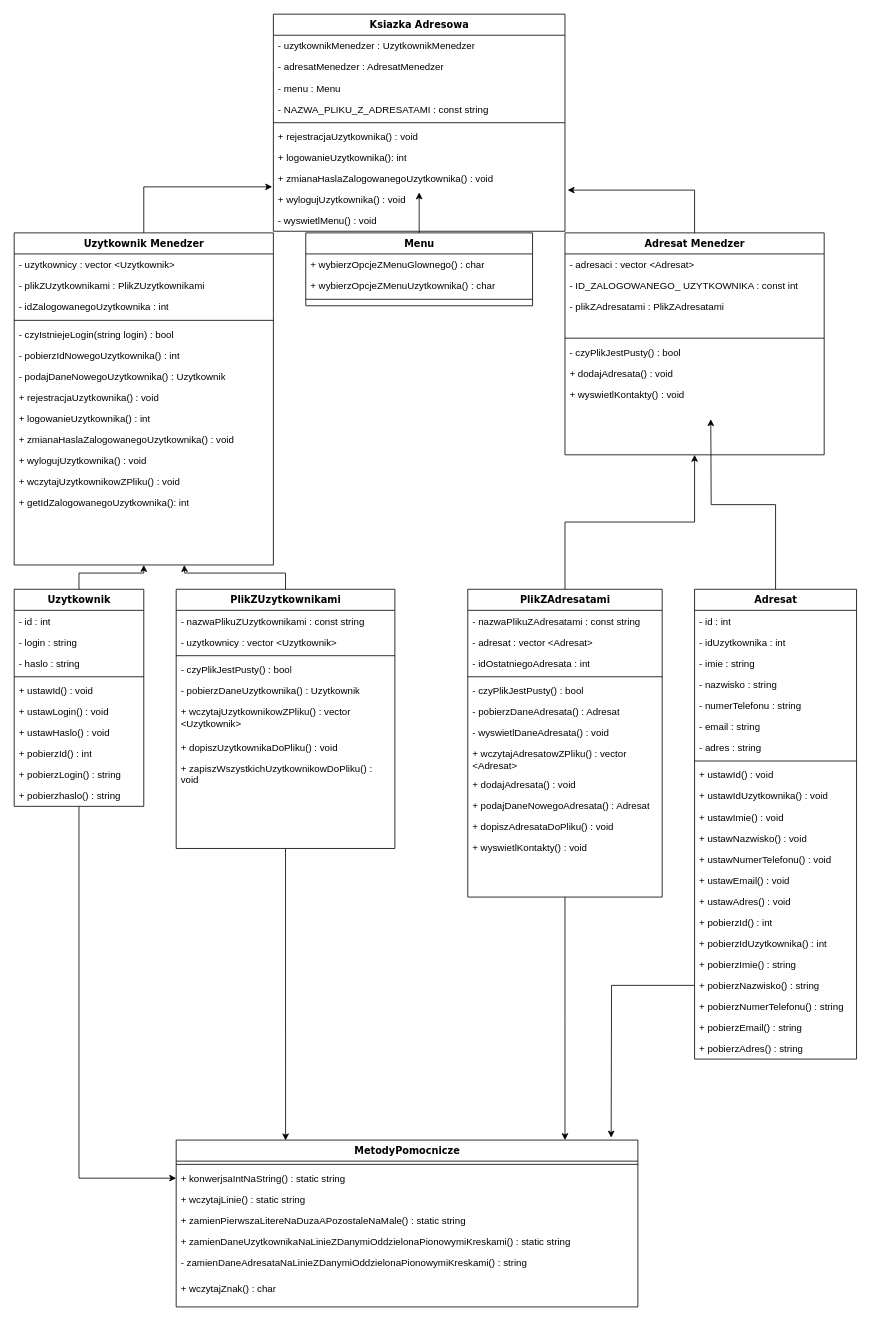
Before: plan_UML.drawio in anetaradecka/02-ksiazka-adresowa-obiektowo, a draw.io diagram. Source tidied: cells renumbered, new cells numbered last; positions are measured from the earlier drawing's top-left corner, leaving out a move shared by most shapes. Both pictures are drawn from the tidied source at 81%, with x=0, y=0 at pixel (14, 14).
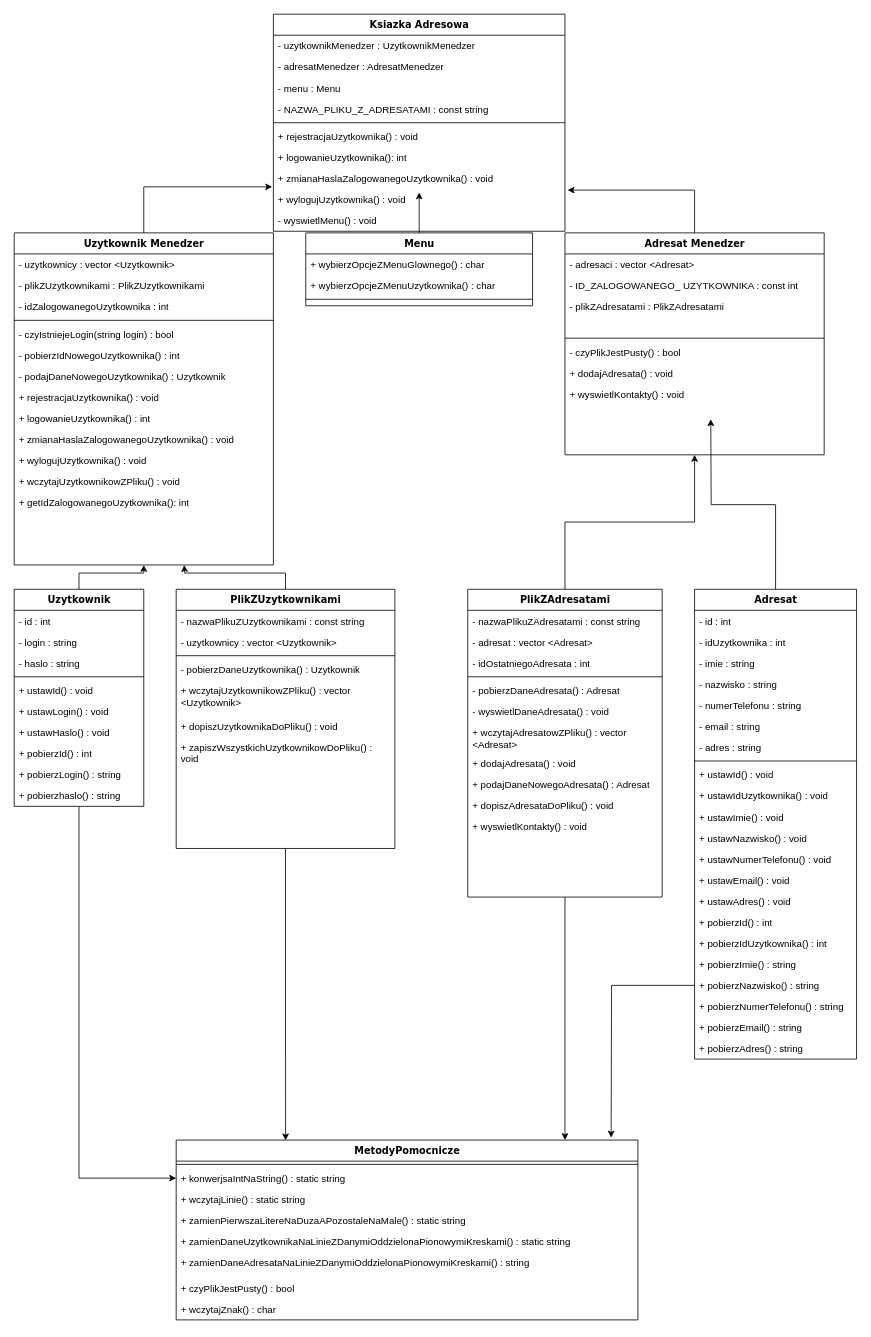
Above is the later version.

Commit message (it also covers changes not shown here):
nowy UML

Unchanged cells that the change refers to:
```xml
<mxCell id="82" value="PlikZAdresatami" style="swimlane;html=1;fontStyle=1;align=center;verticalAlign=top;horizontal=1;startSize=26;swimlaneFillColor=#ffffff;rounded=0;shadow=0;comic=0;labelBackgroundColor=none;strokeWidth=1;fillColor=none;fontFamily=Verdana;fontSize=12;" parent="1" vertex="1">
  <mxGeometry x="560" y="710" width="240" height="380" as="geometry" />
</mxCell>
<mxCell id="97" value="PlikZUzytkownikami" style="swimlane;html=1;fontStyle=1;align=center;verticalAlign=top;horizontal=1;startSize=26;swimlaneFillColor=#ffffff;rounded=0;shadow=0;comic=0;labelBackgroundColor=none;strokeWidth=1;fillColor=none;fontFamily=Verdana;fontSize=12;" parent="1" vertex="1">
  <mxGeometry x="200" y="710" width="270" height="320" as="geometry" />
</mxCell>
```

Change to the diagram source:
```diff
@@
-    <mxCell id="87" value="-&amp;nbsp;czyPlikJestPusty() : bool" style="text;html=1;strokeColor=none;fillColor=none;align=left;verticalAlign=top;spacingLeft=4;spacingRight=4;whiteSpace=wrap;overflow=hidden;" parent="82" vertex="1">
-      <mxGeometry y="112" width="240" height="26" as="geometry" />
-    </mxCell>
     <mxCell id="88" value="-&amp;nbsp;pobierzDaneAdresata() : Adresat" style="text;html=1;strokeColor=none;fillColor=none;align=left;verticalAlign=top;spacingLeft=4;spacingRight=4;whiteSpace=wrap;overflow=hidden;" parent="82" vertex="1">
-      <mxGeometry y="138" width="240" height="26" as="geometry" />
+      <mxGeometry y="112" width="240" height="26" as="geometry" />
     </mxCell>
     <mxCell id="89" value="-&amp;nbsp;wyswietlDaneAdresata() : void" style="text;html=1;strokeColor=none;fillColor=none;align=left;verticalAlign=top;spacingLeft=4;spacingRight=4;whiteSpace=wrap;overflow=hidden;" parent="82" vertex="1">
-      <mxGeometry y="164" width="240" height="26" as="geometry" />
+      <mxGeometry y="138" width="240" height="26" as="geometry" />
     </mxCell>
     <mxCell id="90" value="+&amp;nbsp;wczytajAdresatowZPliku() :&amp;nbsp;vector &amp;lt;Adresat&amp;gt;" style="text;html=1;strokeColor=none;fillColor=none;align=left;verticalAlign=top;spacingLeft=4;spacingRight=4;whiteSpace=wrap;overflow=hidden;" parent="82" vertex="1">
-      <mxGeometry y="190" width="240" height="38" as="geometry" />
+      <mxGeometry y="164" width="240" height="38" as="geometry" />
     </mxCell>
     <mxCell id="91" value="+&amp;nbsp;dodajAdresata() : void" style="text;html=1;strokeColor=none;fillColor=none;align=left;verticalAlign=top;spacingLeft=4;spacingRight=4;whiteSpace=wrap;overflow=hidden;" parent="82" vertex="1">
-      <mxGeometry y="228" width="240" height="26" as="geometry" />
+      <mxGeometry y="202" width="240" height="26" as="geometry" />
     </mxCell>
     <mxCell id="92" value="+&amp;nbsp;podajDaneNowegoAdresata() : Adresat" style="text;html=1;strokeColor=none;fillColor=none;align=left;verticalAlign=top;spacingLeft=4;spacingRight=4;whiteSpace=wrap;overflow=hidden;" parent="82" vertex="1">
-      <mxGeometry y="254" width="240" height="26" as="geometry" />
+      <mxGeometry y="228" width="240" height="26" as="geometry" />
     </mxCell>
     <mxCell id="93" value="+&amp;nbsp;dopiszAdresataDoPliku() : void" style="text;html=1;strokeColor=none;fillColor=none;align=left;verticalAlign=top;spacingLeft=4;spacingRight=4;whiteSpace=wrap;overflow=hidden;" parent="82" vertex="1">
-      <mxGeometry y="280" width="240" height="26" as="geometry" />
+      <mxGeometry y="254" width="240" height="26" as="geometry" />
     </mxCell>
     <mxCell id="94" value="+&amp;nbsp;wyswietlKontakty() : void" style="text;html=1;strokeColor=none;fillColor=none;align=left;verticalAlign=top;spacingLeft=4;spacingRight=4;whiteSpace=wrap;overflow=hidden;" parent="82" vertex="1">
-      <mxGeometry y="306" width="240" height="26" as="geometry" />
+      <mxGeometry y="280" width="240" height="26" as="geometry" />
     </mxCell>
@@
-    <mxCell id="101" value="-&amp;nbsp;czyPlikJestPusty() : bool" style="text;html=1;strokeColor=none;fillColor=none;align=left;verticalAlign=top;spacingLeft=4;spacingRight=4;whiteSpace=wrap;overflow=hidden;" parent="97" vertex="1">
-      <mxGeometry y="86" width="270" height="26" as="geometry" />
-    </mxCell>
     <mxCell id="102" value="-&amp;nbsp;pobierzDaneUzytkownika() : Uzytkownik" style="text;html=1;strokeColor=none;fillColor=none;align=left;verticalAlign=top;spacingLeft=4;spacingRight=4;whiteSpace=wrap;overflow=hidden;" parent="97" vertex="1">
-      <mxGeometry y="112" width="270" height="26" as="geometry" />
+      <mxGeometry y="86" width="270" height="26" as="geometry" />
     </mxCell>
     <mxCell id="103" value="+&amp;nbsp;wczytajUzytkownikowZPliku() :&amp;nbsp;vector &amp;lt;Uzytkownik&amp;gt;" style="text;html=1;strokeColor=none;fillColor=none;align=left;verticalAlign=top;spacingLeft=4;spacingRight=4;whiteSpace=wrap;overflow=hidden;" parent="97" vertex="1">
-      <mxGeometry y="138" width="270" height="44" as="geometry" />
+      <mxGeometry y="112" width="270" height="44" as="geometry" />
     </mxCell>
     <mxCell id="104" value="+&amp;nbsp;dopiszUzytkownikaDoPliku() : void" style="text;html=1;strokeColor=none;fillColor=none;align=left;verticalAlign=top;spacingLeft=4;spacingRight=4;whiteSpace=wrap;overflow=hidden;" parent="97" vertex="1">
-      <mxGeometry y="182" width="270" height="26" as="geometry" />
+      <mxGeometry y="156" width="270" height="26" as="geometry" />
     </mxCell>
     <mxCell id="105" value="+&amp;nbsp;zapiszWszystkichUzytkownikowDoPliku() : void" style="text;html=1;strokeColor=none;fillColor=none;align=left;verticalAlign=top;spacingLeft=4;spacingRight=4;whiteSpace=wrap;overflow=hidden;" parent="97" vertex="1">
-      <mxGeometry y="208" width="270" height="34" as="geometry" />
+      <mxGeometry y="182" width="270" height="34" as="geometry" />
     </mxCell>
     <mxCell id="106" value="MetodyPomocnicze" style="swimlane;html=1;fontStyle=1;align=center;verticalAlign=top;horizontal=1;startSize=26;swimlaneFillColor=#ffffff;rounded=0;shadow=0;comic=0;labelBackgroundColor=none;strokeWidth=1;fillColor=none;fontFamily=Verdana;fontSize=12;" parent="1" vertex="1">
-      <mxGeometry x="200" y="1390" width="570" height="206" as="geometry" />
+      <mxGeometry x="200" y="1390" width="570" height="222" as="geometry" />
     </mxCell>
@@
-    <mxCell id="112" value="-&amp;nbsp;zamienDaneAdresataNaLinieZDanymiOddzielonaPionowymiKreskami() : string&lt;br&gt;" style="text;html=1;strokeColor=none;fillColor=none;align=left;verticalAlign=top;spacingLeft=4;spacingRight=4;whiteSpace=wrap;overflow=hidden;" parent="106" vertex="1">
+    <mxCell id="112" value="+ zamienDaneAdresataNaLinieZDanymiOddzielonaPionowymiKreskami() : string" style="text;html=1;strokeColor=none;fillColor=none;align=left;verticalAlign=top;spacingLeft=4;spacingRight=4;whiteSpace=wrap;overflow=hidden;" parent="106" vertex="1">
       <mxGeometry y="138" width="570" height="32" as="geometry" />
     </mxCell>
+    <mxCell id="101" value="+ czyPlikJestPusty() : bool" style="text;html=1;strokeColor=none;fillColor=none;align=left;verticalAlign=top;spacingLeft=4;spacingRight=4;whiteSpace=wrap;overflow=hidden;" parent="106" vertex="1">
+      <mxGeometry y="170" width="570" height="26" as="geometry" />
+    </mxCell>
     <mxCell id="113" value="+&amp;nbsp;wczytajZnak() : char" style="text;html=1;strokeColor=none;fillColor=none;align=left;verticalAlign=top;spacingLeft=4;spacingRight=4;whiteSpace=wrap;overflow=hidden;" parent="106" vertex="1">
-      <mxGeometry y="170" width="570" height="26" as="geometry" />
+      <mxGeometry y="196" width="570" height="26" as="geometry" />
     </mxCell>
```
